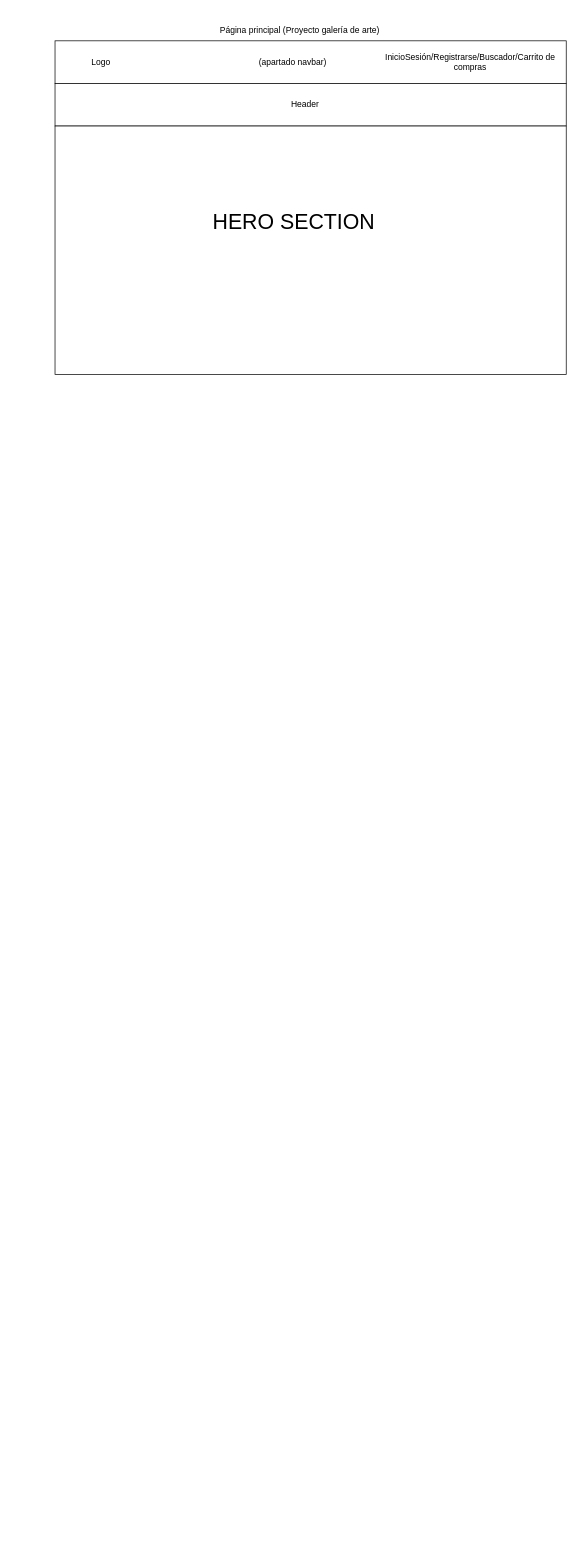
This is maqueta.drawio from JoacoZun/AnimacionesCSS, a draw.io file, before an edit. Source tidied: cells renumbered, new cells numbered last; positions are measured from the earlier drawing's top-left corner, leaving out a move shared by most shapes. Both pictures are drawn from the tidied source at 71%, with x=0, y=0 at pixel (12, 19).
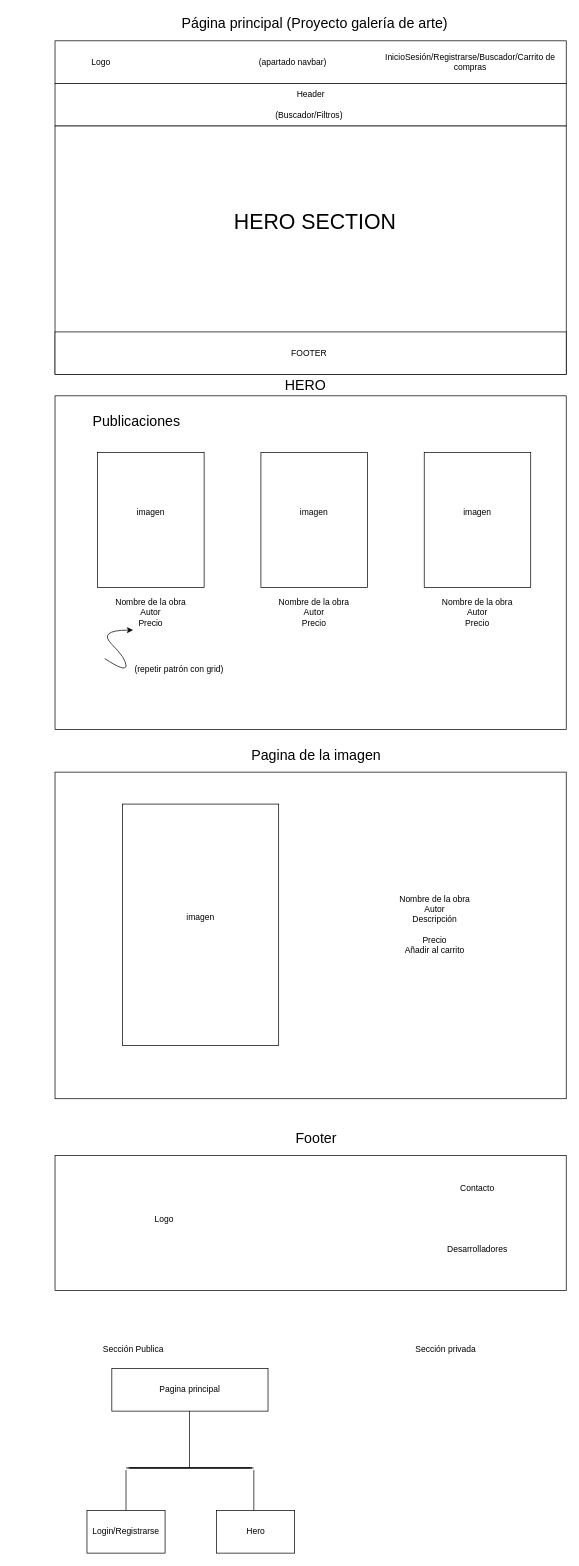
The same diagram, later.

The edit, as a diff of the source:
```diff
@@
-    <mxCell id="2" value="Página principal (Proyecto galería de arte)" style="text;html=1;align=center;verticalAlign=middle;whiteSpace=wrap;rounded=0;" parent="1" vertex="1">
-      <mxGeometry x="280" width="250" height="30" as="geometry" />
+    <mxCell id="2" value="Página principal (Proyecto galería de arte)" style="text;html=1;align=center;verticalAlign=middle;whiteSpace=wrap;rounded=0;fontSize=20;" parent="1" vertex="1">
+      <mxGeometry x="231.2" y="-10" width="390" height="30" as="geometry" />
     </mxCell>
@@
     <mxCell id="8" value="Header" style="text;html=1;align=center;verticalAlign=middle;whiteSpace=wrap;rounded=0;" parent="1" vertex="1">
-      <mxGeometry x="280" y="105" width="265" height="30" as="geometry" />
+      <mxGeometry x="287.5" y="90" width="265" height="30" as="geometry" />
     </mxCell>
@@
     <mxCell id="10" value="HERO SECTION" style="text;html=1;align=center;verticalAlign=middle;whiteSpace=wrap;rounded=0;fontSize=30;" parent="1" vertex="1">
-      <mxGeometry x="250" y="190" width="292.5" height="190" as="geometry" />
+      <mxGeometry x="280" y="190" width="292.5" height="190" as="geometry" />
     </mxCell>
+    <mxCell id="11" style="rounded=0;whiteSpace=wrap;html=1;" parent="1" vertex="1">
+      <mxGeometry x="60" y="530" width="720" height="470" as="geometry" />
+    </mxCell>
+    <mxCell id="12" value="Publicaciones" style="text;html=1;align=center;verticalAlign=middle;whiteSpace=wrap;rounded=0;fontSize=20;" parent="1" vertex="1">
+      <mxGeometry x="50" y="550" width="250" height="30" as="geometry" />
+    </mxCell>
+    <mxCell id="13" style="rounded=0;whiteSpace=wrap;html=1;" parent="1" vertex="1">
+      <mxGeometry x="120" y="610" width="150" height="190" as="geometry" />
+    </mxCell>
+    <mxCell id="14" style="rounded=0;whiteSpace=wrap;html=1;" parent="1" vertex="1">
+      <mxGeometry x="350" y="610" width="150" height="190" as="geometry" />
+    </mxCell>
+    <mxCell id="15" style="rounded=0;whiteSpace=wrap;html=1;" parent="1" vertex="1">
+      <mxGeometry x="580" y="610" width="150" height="190" as="geometry" />
+    </mxCell>
+    <mxCell id="16" value="Nombre de la obra&lt;br&gt;Autor&lt;br&gt;Precio" style="text;html=1;align=center;verticalAlign=middle;whiteSpace=wrap;rounded=0;" parent="1" vertex="1">
+      <mxGeometry x="70" y="820" width="250" height="30" as="geometry" />
+    </mxCell>
+    <mxCell id="17" value="Nombre de la obra&lt;br&gt;Autor&lt;br&gt;Precio" style="text;html=1;align=center;verticalAlign=middle;whiteSpace=wrap;rounded=0;" parent="1" vertex="1">
+      <mxGeometry x="300" y="820" width="250" height="30" as="geometry" />
+    </mxCell>
+    <mxCell id="18" value="Nombre de la obra&lt;br&gt;Autor&lt;br&gt;Precio" style="text;html=1;align=center;verticalAlign=middle;whiteSpace=wrap;rounded=0;" parent="1" vertex="1">
+      <mxGeometry x="530" y="820" width="250" height="30" as="geometry" />
+    </mxCell>
+    <mxCell id="19" value="imagen" style="text;html=1;align=center;verticalAlign=middle;whiteSpace=wrap;rounded=0;" parent="1" vertex="1">
+      <mxGeometry x="70" y="680" width="250" height="30" as="geometry" />
+    </mxCell>
+    <mxCell id="20" value="imagen" style="text;html=1;align=center;verticalAlign=middle;whiteSpace=wrap;rounded=0;" parent="1" vertex="1">
+      <mxGeometry x="300" y="680" width="250" height="30" as="geometry" />
+    </mxCell>
+    <mxCell id="21" value="imagen" style="text;html=1;align=center;verticalAlign=middle;whiteSpace=wrap;rounded=0;" parent="1" vertex="1">
+      <mxGeometry x="530" y="680" width="250" height="30" as="geometry" />
+    </mxCell>
+    <mxCell id="22" value="(Buscador/Filtros)" style="text;html=1;align=center;verticalAlign=middle;whiteSpace=wrap;rounded=0;" parent="1" vertex="1">
+      <mxGeometry x="292.5" y="120" width="250" height="30" as="geometry" />
+    </mxCell>
+    <mxCell id="23" style="rounded=0;whiteSpace=wrap;html=1;" parent="1" vertex="1">
+      <mxGeometry x="60" y="440" width="720" height="60" as="geometry" />
+    </mxCell>
+    <mxCell id="24" value="FOOTER" style="text;html=1;align=center;verticalAlign=middle;whiteSpace=wrap;rounded=0;" parent="1" vertex="1">
+      <mxGeometry x="292.5" y="455" width="250" height="30" as="geometry" />
+    </mxCell>
+    <mxCell id="25" value="HERO" style="text;html=1;align=center;verticalAlign=middle;whiteSpace=wrap;rounded=0;fontSize=20;" parent="1" vertex="1">
+      <mxGeometry x="287.5" y="500" width="250" height="30" as="geometry" />
+    </mxCell>
+    <mxCell id="26" style="curved=1;endArrow=classic;html=1;rounded=0;" parent="1" edge="1">
+      <mxGeometry relative="1" as="geometry">
+        <mxPoint x="130" y="900" as="sourcePoint" />
+        <mxPoint x="170" y="860" as="targetPoint" />
+        <Array as="points">
+          <mxPoint x="160" y="920" />
+          <mxPoint x="160" y="900" />
+          <mxPoint x="120" y="860" />
+        </Array>
+      </mxGeometry>
+    </mxCell>
+    <mxCell id="27" value="(repetir patrón con grid)" style="text;html=1;align=center;verticalAlign=middle;whiteSpace=wrap;rounded=0;" parent="1" vertex="1">
+      <mxGeometry x="110" y="900" width="250" height="30" as="geometry" />
+    </mxCell>
+    <mxCell id="28" style="rounded=0;whiteSpace=wrap;html=1;" parent="1" vertex="1">
+      <mxGeometry x="60" y="1060" width="720" height="460" as="geometry" />
+    </mxCell>
+    <mxCell id="29" style="rounded=0;whiteSpace=wrap;html=1;" parent="1" vertex="1">
+      <mxGeometry x="155" y="1105" width="220" height="340" as="geometry" />
+    </mxCell>
+    <mxCell id="30" value="Pagina de la imagen" style="text;html=1;align=center;verticalAlign=middle;whiteSpace=wrap;rounded=0;fontSize=20;" parent="1" vertex="1">
+      <mxGeometry x="302.5" y="1020" width="250" height="30" as="geometry" />
+    </mxCell>
+    <mxCell id="31" value="Nombre de la obra&lt;br&gt;Autor&lt;div&gt;Descripción&lt;/div&gt;&lt;div&gt;&lt;br&gt;Precio&lt;/div&gt;&lt;div&gt;Añadir al carrito&lt;/div&gt;" style="text;html=1;align=center;verticalAlign=middle;whiteSpace=wrap;rounded=0;" parent="1" vertex="1">
+      <mxGeometry x="470" y="1170" width="250" height="210" as="geometry" />
+    </mxCell>
+    <mxCell id="32" value="imagen" style="text;html=1;align=center;verticalAlign=middle;whiteSpace=wrap;rounded=0;" parent="1" vertex="1">
+      <mxGeometry x="140" y="1250" width="250" height="30" as="geometry" />
+    </mxCell>
+    <mxCell id="33" style="rounded=0;whiteSpace=wrap;html=1;" parent="1" vertex="1">
+      <mxGeometry x="60" y="1600" width="720" height="190" as="geometry" />
+    </mxCell>
+    <mxCell id="34" value="Footer" style="text;html=1;align=center;verticalAlign=middle;whiteSpace=wrap;rounded=0;fontSize=20;" parent="1" vertex="1">
+      <mxGeometry x="302.5" y="1560" width="250" height="30" as="geometry" />
+    </mxCell>
+    <mxCell id="35" value="Logo" style="text;html=1;align=center;verticalAlign=middle;whiteSpace=wrap;rounded=0;" parent="1" vertex="1">
+      <mxGeometry x="50" y="1640" width="327.5" height="100" as="geometry" />
+    </mxCell>
+    <mxCell id="36" value="Contacto&lt;div&gt;&lt;br&gt;&lt;/div&gt;&lt;div&gt;&lt;br&gt;&lt;/div&gt;&lt;div&gt;&lt;br&gt;&lt;/div&gt;&lt;div&gt;&lt;br&gt;&lt;/div&gt;&lt;div&gt;&lt;br&gt;&lt;/div&gt;&lt;div&gt;Desarrolladores&lt;/div&gt;" style="text;html=1;align=center;verticalAlign=middle;whiteSpace=wrap;rounded=0;" parent="1" vertex="1">
+      <mxGeometry x="530" y="1675" width="250" height="30" as="geometry" />
+    </mxCell>
+    <mxCell id="37" value="Pagina principal" style="rounded=0;whiteSpace=wrap;html=1;" parent="1" vertex="1">
+      <mxGeometry x="140" y="1900" width="220" height="60" as="geometry" />
+    </mxCell>
+    <mxCell id="38" style="endArrow=none;html=1;rounded=0;" parent="1" edge="1">
+      <mxGeometry relative="1" as="geometry">
+        <mxPoint x="249.4" y="2040" as="sourcePoint" />
+        <mxPoint x="249.4" y="1960" as="targetPoint" />
+      </mxGeometry>
+    </mxCell>
+    <mxCell id="39" style="endArrow=none;html=1;rounded=0;" parent="1" edge="1">
+      <mxGeometry relative="1" as="geometry">
+        <mxPoint x="165" y="2040" as="sourcePoint" />
+        <mxPoint x="335" y="2040" as="targetPoint" />
+      </mxGeometry>
+    </mxCell>
+    <mxCell id="40" style="endArrow=none;html=1;rounded=0;" parent="1" edge="1">
+      <mxGeometry relative="1" as="geometry">
+        <mxPoint x="340" y="2103" as="sourcePoint" />
+        <mxPoint x="340" y="2043" as="targetPoint" />
+      </mxGeometry>
+    </mxCell>
+    <mxCell id="41" style="endArrow=none;html=1;rounded=0;" parent="1" edge="1">
+      <mxGeometry relative="1" as="geometry">
+        <mxPoint x="165" y="2040" as="sourcePoint" />
+        <mxPoint x="340" y="2040" as="targetPoint" />
+      </mxGeometry>
+    </mxCell>
+    <mxCell id="42" style="endArrow=none;html=1;rounded=0;" parent="1" edge="1">
+      <mxGeometry relative="1" as="geometry">
+        <mxPoint x="160" y="2103" as="sourcePoint" />
+        <mxPoint x="160" y="2043" as="targetPoint" />
+      </mxGeometry>
+    </mxCell>
+    <mxCell id="43" style="endArrow=none;html=1;rounded=0;" parent="1" edge="1">
+      <mxGeometry relative="1" as="geometry">
+        <mxPoint x="162.5" y="2040" as="sourcePoint" />
+        <mxPoint x="337.5" y="2040" as="targetPoint" />
+      </mxGeometry>
+    </mxCell>
+    <mxCell id="44" style="endArrow=none;html=1;rounded=0;" parent="1" edge="1">
+      <mxGeometry relative="1" as="geometry">
+        <mxPoint x="160" y="2040" as="sourcePoint" />
+        <mxPoint x="337.5" y="2040" as="targetPoint" />
+      </mxGeometry>
+    </mxCell>
+    <mxCell id="45" value="Login/Registrarse" style="rounded=0;whiteSpace=wrap;html=1;" parent="1" vertex="1">
+      <mxGeometry x="105" y="2100" width="110" height="60" as="geometry" />
+    </mxCell>
+    <mxCell id="46" value="Hero" style="rounded=0;whiteSpace=wrap;html=1;" parent="1" vertex="1">
+      <mxGeometry x="287.5" y="2100" width="110" height="60" as="geometry" />
+    </mxCell>
+    <mxCell id="47" value="Sección Publica" style="text;html=1;align=center;verticalAlign=middle;strokeColor=none;fillColor=none;" parent="1" vertex="1">
+      <mxGeometry x="115" y="1858" width="110" height="30" as="geometry" />
+    </mxCell>
+    <mxCell id="48" value="Sección privada" style="text;html=1;align=center;verticalAlign=middle;strokeColor=none;fillColor=none;" parent="1" vertex="1">
+      <mxGeometry x="555" y="1858" width="110" height="30" as="geometry" />
+    </mxCell>
```
